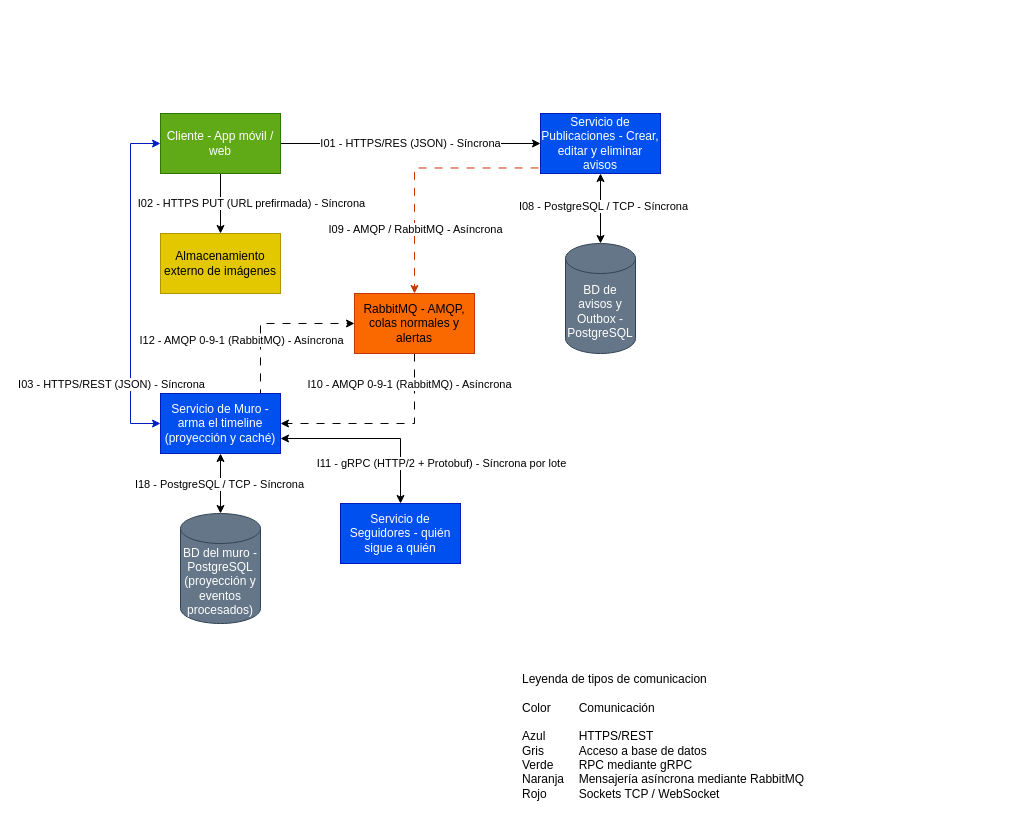
Above: Archivo editable y exportado/vecindario.drawio.xml in Yukisan-uwo/GA-TL-02-FORM-Modelado-de-Comunicacion-entre-Procesos-Distribuidos (draw.io), before the change. Source tidied: cells renumbered, new cells numbered last; positions are measured from the earlier drawing's top-left corner, leaving out a move shared by most shapes. Both pictures are drawn from the tidied source at 100%, with x=0, y=0 at pixel (130, 113).
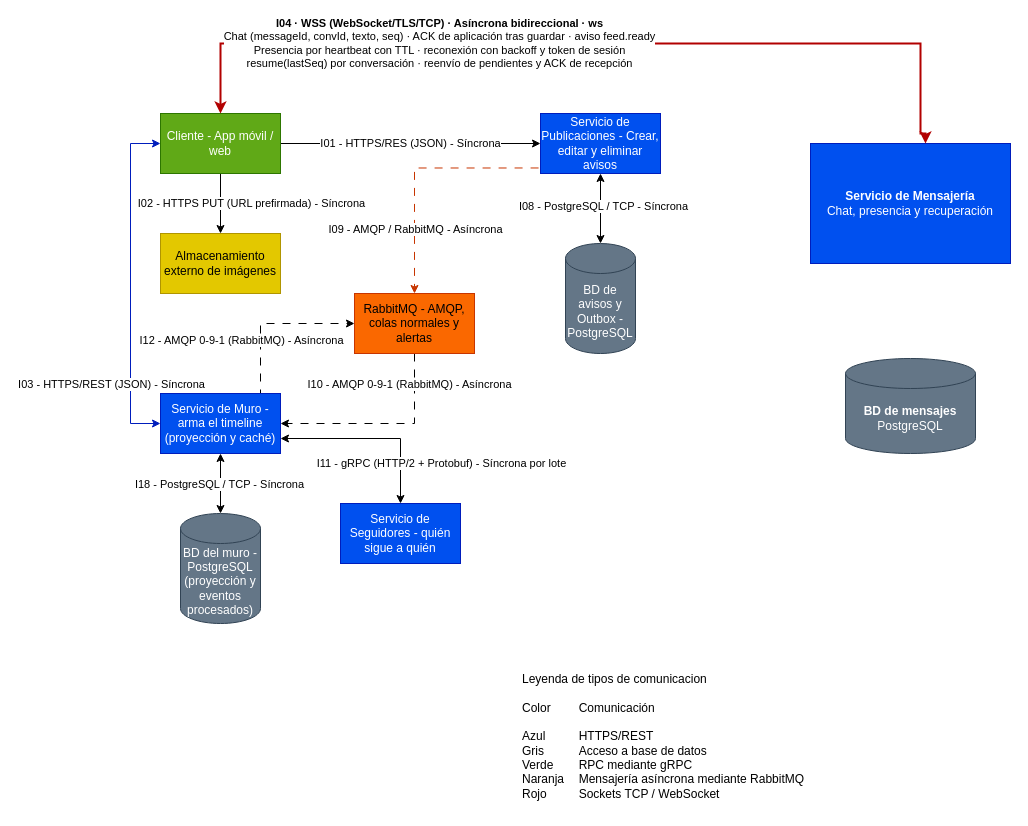
Above is the later version.

Commit message:
I04 - Modelar chat bidireccional por WSS

Unchanged cells that the change refers to:
```xml
<mxCell id="7" value="Cliente - App móvil / web" style="rounded=0;whiteSpace=wrap;html=1;fillColor=#60a917;fontColor=#ffffff;strokeColor=#2D7600;" parent="1" vertex="1">
  <mxGeometry x="30" width="120" height="60" as="geometry" />
</mxCell>
```

Change to the diagram source:
```diff
@@
+    <mxCell id="28" value="&lt;b&gt;Servicio de Mensajería&lt;/b&gt;&lt;br&gt;Chat, presencia y recuperación" style="rounded=0;whiteSpace=wrap;html=1;fillColor=#0050ef;fontColor=#ffffff;strokeColor=#001DBC;" parent="1" vertex="1">
+      <mxGeometry x="680" y="30" width="200" height="120" as="geometry" />
+    </mxCell>
+    <mxCell id="29" value="&lt;b&gt;BD de mensajes&lt;/b&gt;&lt;br&gt;PostgreSQL" style="shape=cylinder3;whiteSpace=wrap;html=1;boundedLbl=1;backgroundOutline=1;size=15;fillColor=#647687;fontColor=#ffffff;strokeColor=#314354;" parent="1" vertex="1">
+      <mxGeometry x="715" y="245" width="130" height="95" as="geometry" />
+    </mxCell>
+    <mxCell id="30" value="&lt;b&gt;I04 · WSS (WebSocket/TLS/TCP) · Asíncrona bidireccional · ws&lt;/b&gt;&lt;br&gt;Chat (messageId, convId, texto, seq) · ACK de aplicación tras guardar · aviso feed.ready&lt;br&gt;Presencia por heartbeat con TTL · reconexión con backoff y token de sesión&lt;br&gt;resume(lastSeq) por conversación · reenvío de pendientes y ACK de recepción" style="edgeStyle=orthogonalEdgeStyle;rounded=0;jettySize=auto;html=1;defaultLabelBackgroundColor=page;strokeWidth=2;strokeColor=light-dark(#B20000,#FF7474);exitX=0.5;exitY=0;exitDx=0;exitDy=0;startArrow=classic;startFill=1;endArrow=classic;endFill=1;" parent="1" edge="1" source="7">
+      <mxGeometry x="-0.34" relative="1" as="geometry">
+        <mxPoint x="795" y="30" as="targetPoint" />
+        <Array as="points">
+          <mxPoint x="90" y="-70" />
+          <mxPoint x="790" y="-70" />
+          <mxPoint x="790" y="20" />
+          <mxPoint x="795" y="20" />
+        </Array>
+      </mxGeometry>
+    </mxCell>
```
